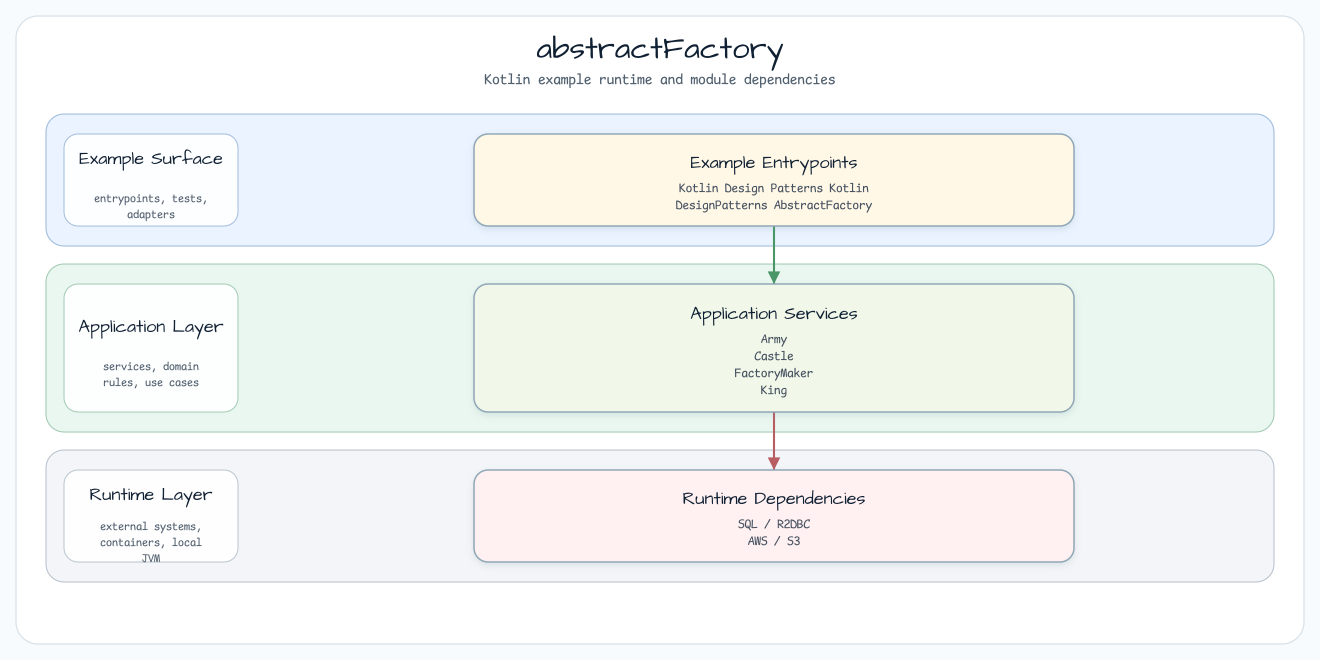
The Graphviz diagram docs/images/readme-diagrams/kotlin-design-patterns-src-main-kotlin-io-bluetape4k-workshop-kotlin-designpatterns-abstractfactory-readme-architecture-01.png in bluetape4k/bluetape4k-workshop, before a commit. Its source is kept beside it as docs/images/readme-diagrams/kotlin-design-patterns-src-main-kotlin-io-bluetape4k-workshop-kotlin-designpatterns-abstractfactory-readme-architecture-01.dot.
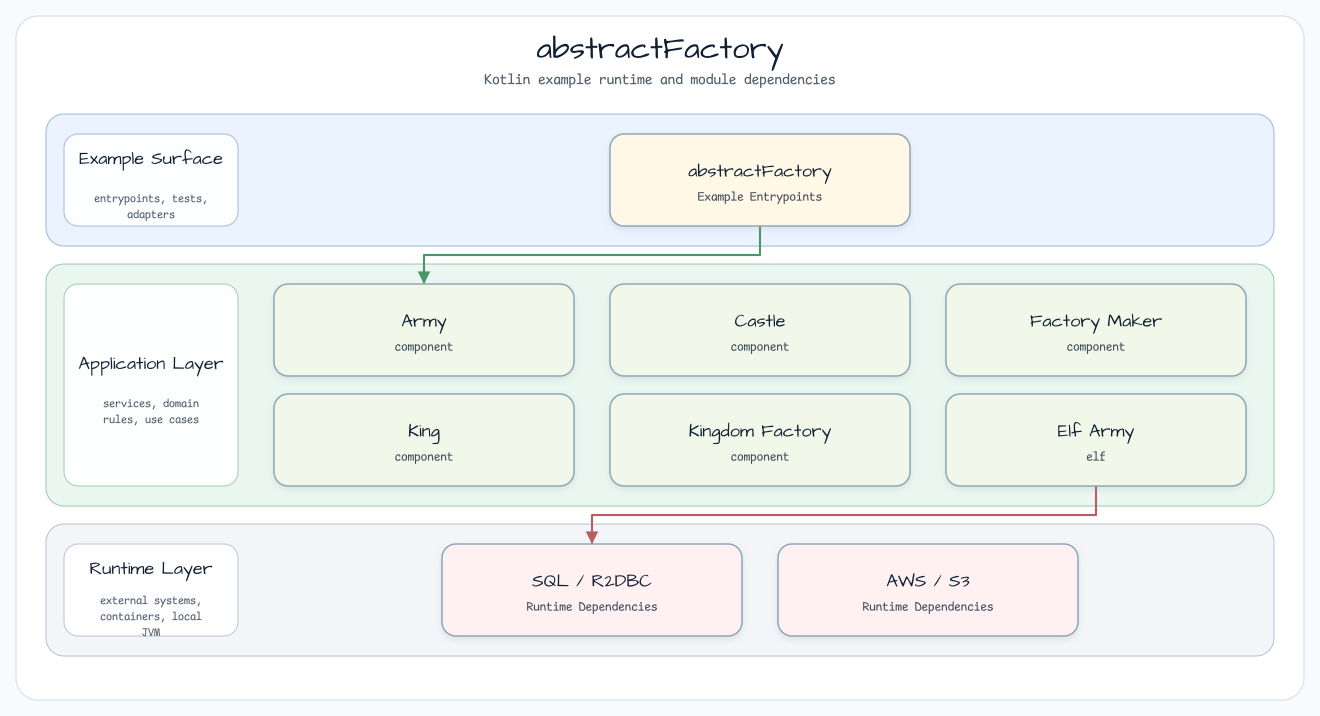
Later version of the same file.

The edit, as a diff of the source:
```diff
@@ -26,10 +26,16 @@
     fontsize=11
   ];
 
-  entry [label="Example Entrypoints\nKotlin Design Patterns Kotlin\nDesignPatterns AbstractFactory", fillcolor="#FFF8E7"];
-  service [label="Application Services\nArmy\nCastle\nFactoryMaker\nKing", fillcolor="#F1F8E9"];
-  runtime [label="Runtime Dependencies\nSQL / R2DBC\nAWS / S3", fillcolor="#FFF1F1"];
+  entry0 [label="abstractFactory\nExample Entrypoints", fillcolor="#FFF8E7"];
+  service0 [label="Army\ncomponent", fillcolor="#F1F8E9"];
+  service1 [label="Castle\ncomponent", fillcolor="#F1F8E9"];
+  service2 [label="Factory Maker\ncomponent", fillcolor="#F1F8E9"];
+  service3 [label="King\ncomponent", fillcolor="#F1F8E9"];
+  service4 [label="Kingdom Factory\ncomponent", fillcolor="#F1F8E9"];
+  service5 [label="Elf Army\nelf", fillcolor="#F1F8E9"];
+  runtime0 [label="SQL / R2DBC\nRuntime Dependencies", fillcolor="#FFF1F1"];
+  runtime1 [label="AWS / S3\nRuntime Dependencies", fillcolor="#FFF1F1"];
 
-  entry -> service [label="delegates"];
-  service -> runtime [label="backs"];
+  entry0 -> service0 [label="starts"];
+  service5 -> runtime0 [label="runs on"];
 }
```
